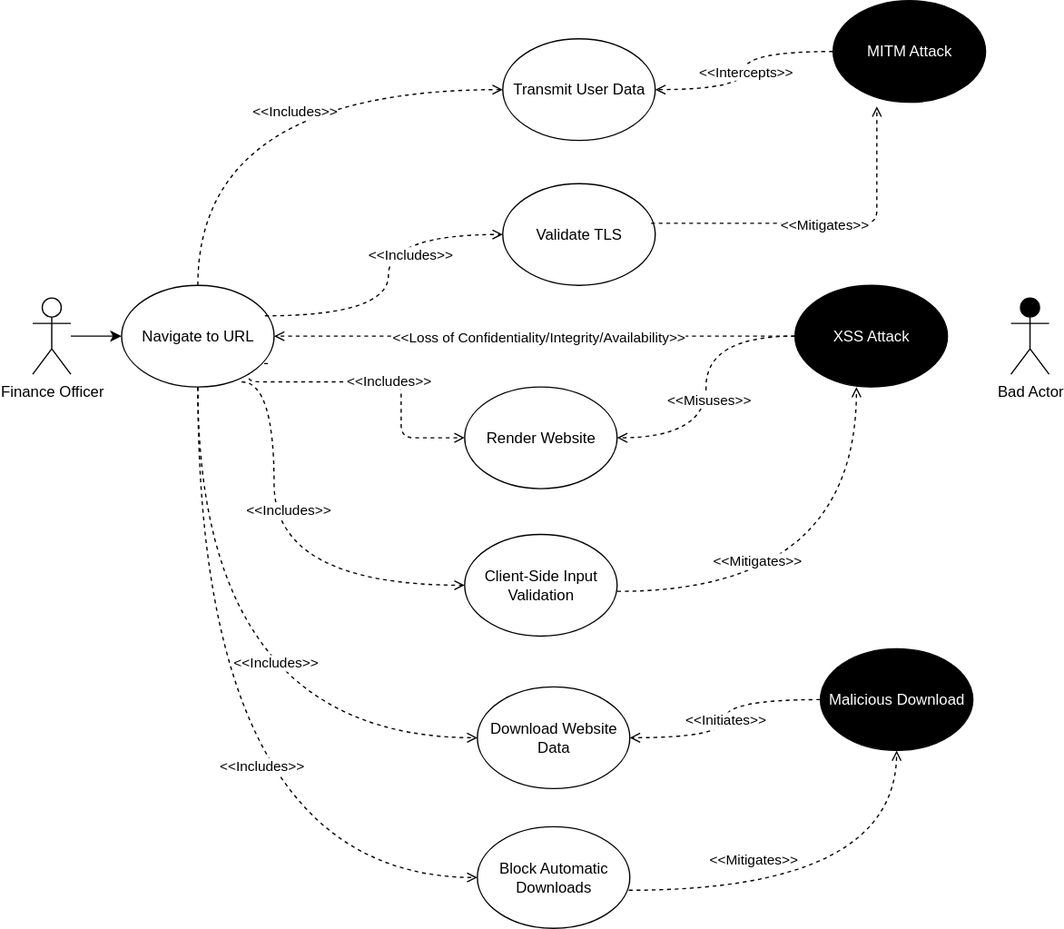
This is docs/UseCase_Navigate_to_URL.svg from chauler/CYBR8420-Team5-Project, a draw.io export, as it was before one commit. Source tidied: cells renumbered, new cells last; positions are measured from the earlier drawing's top-left corner, leaving out a move shared by most shapes.
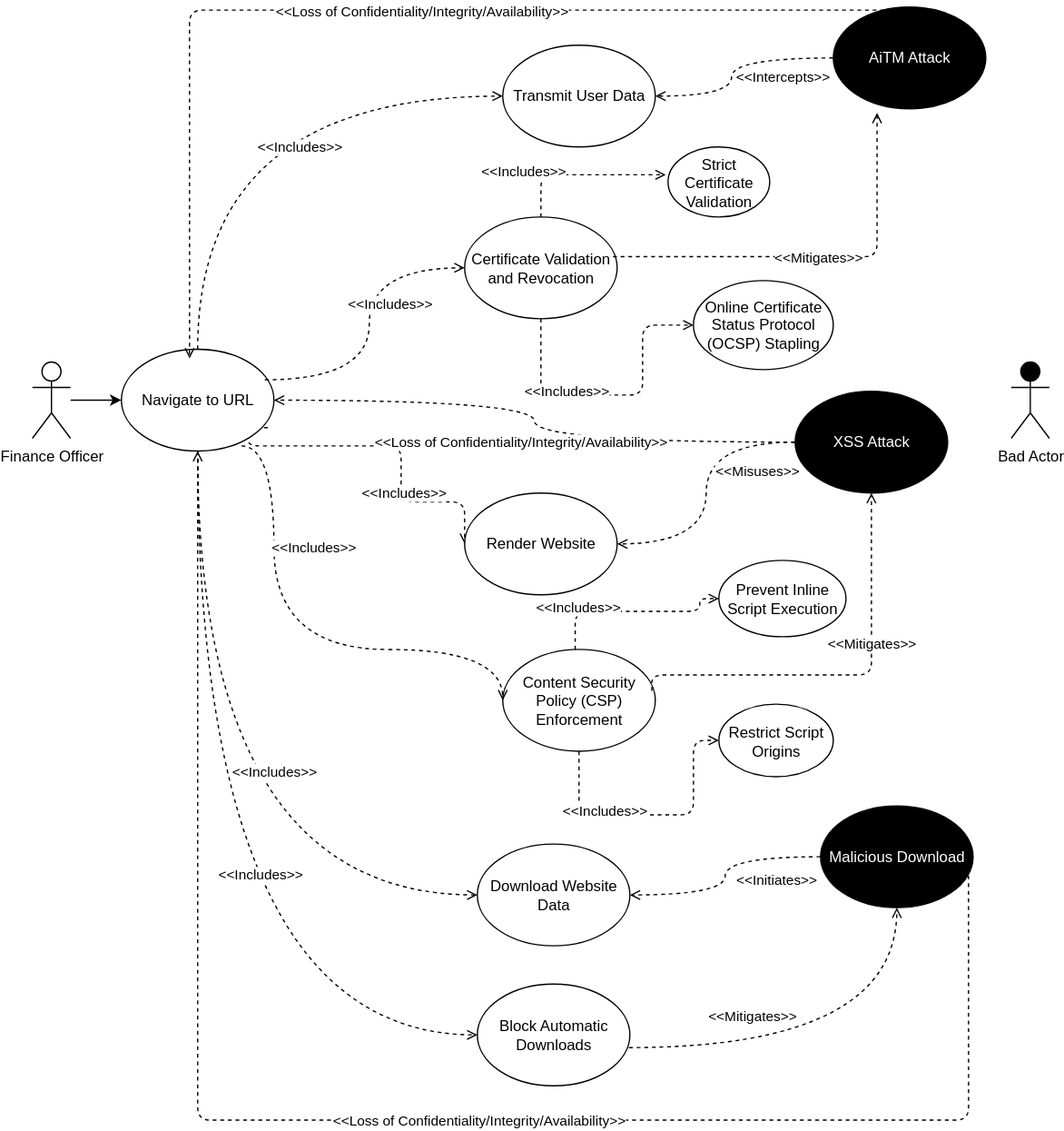
The same diagram one commit later.

Commit message:
further iterations of Navigate to URL use case

Diff of the diagram source:
```diff
@@ -24,10 +24,12 @@
       </mxGeometry>
     </mxCell>
     <mxCell id="6" value="&amp;lt;&amp;lt;Includes&amp;gt;&amp;gt;" style="edgeLabel;html=1;align=center;verticalAlign=middle;" parent="5" vertex="1">
-      <mxGeometry x="0.14" y="2" relative="1" as="geometry" />
+      <mxGeometry x="0.14" y="2" relative="1" as="geometry">
+        <mxPoint y="29" as="offset" />
+      </mxGeometry>
     </mxCell>
     <mxCell id="7" value="&lt;font style=&quot;color: rgb(0, 0, 0);&quot;&gt;Render Website&lt;/font&gt;" style="ellipse;whiteSpace=wrap;html=1;fillStyle=solid;fillColor=#FFFFFF;" parent="1" vertex="1">
-      <mxGeometry x="340" y="304" width="120" height="80" as="geometry" />
+      <mxGeometry x="340" y="337" width="120" height="80" as="geometry" />
     </mxCell>
     <mxCell id="8" value="&lt;font style=&quot;color: rgb(0, 0, 0);&quot;&gt;Navigate to URL&lt;/font&gt;" style="ellipse;whiteSpace=wrap;html=1;fillColor=#FFFFFF;fillStyle=solid;" parent="1" vertex="1">
       <mxGeometry x="70" y="224" width="120" height="80" as="geometry" />
@@ -36,25 +38,29 @@
       <mxGeometry x="770" y="234" width="30" height="60" as="geometry" />
     </mxCell>
     <mxCell id="10" value="XSS Attack" style="ellipse;whiteSpace=wrap;html=1;fillColor=#000000;fontColor=#FFFFFF;" parent="1" vertex="1">
-      <mxGeometry x="600" y="224" width="120" height="80" as="geometry" />
+      <mxGeometry x="600" y="257" width="120" height="80" as="geometry" />
     </mxCell>
     <mxCell id="11" style="edgeStyle=orthogonalEdgeStyle;rounded=1;jettySize=auto;html=1;dashed=1;strokeWidth=1;endFill=0;endArrow=open;curved=1;exitX=0;exitY=0.5;exitDx=0;exitDy=0;entryX=1;entryY=0.5;entryDx=0;entryDy=0;" parent="1" edge="1" source="10" target="7">
       <mxGeometry relative="1" as="geometry" />
     </mxCell>
     <mxCell id="12" value="&amp;lt;&amp;lt;Misuses&amp;gt;&amp;gt;" style="edgeLabel;html=1;align=center;verticalAlign=middle;" parent="11" vertex="1">
-      <mxGeometry x="0.08" y="1" relative="1" as="geometry" />
+      <mxGeometry x="0.08" y="1" relative="1" as="geometry">
+        <mxPoint x="39" y="-26" as="offset" />
+      </mxGeometry>
     </mxCell>
     <mxCell id="13" value="&lt;font style=&quot;color: rgb(0, 0, 0);&quot;&gt;Transmit User Data&lt;/font&gt;" style="ellipse;whiteSpace=wrap;html=1;fillStyle=solid;fillColor=#FFFFFF;" parent="1" vertex="1">
-      <mxGeometry x="370" y="30" width="120" height="80" as="geometry" />
+      <mxGeometry x="370" y="-15" width="120" height="80" as="geometry" />
     </mxCell>
     <mxCell id="14" style="edgeStyle=orthogonalEdgeStyle;rounded=1;jettySize=auto;html=1;entryX=0;entryY=0.5;entryDx=0;entryDy=0;dashed=1;strokeWidth=1;endFill=0;endArrow=open;curved=1;exitX=0.5;exitY=0;exitDx=0;exitDy=0;" parent="1" edge="1" source="8" target="13">
       <mxGeometry relative="1" as="geometry" />
     </mxCell>
     <mxCell id="15" value="&amp;lt;&amp;lt;Includes&amp;gt;&amp;gt;" style="edgeLabel;html=1;align=center;verticalAlign=middle;" parent="14" vertex="1">
-      <mxGeometry x="0.16" y="-16" relative="1" as="geometry" />
+      <mxGeometry x="0.16" y="-16" relative="1" as="geometry">
+        <mxPoint x="24" y="24" as="offset" />
+      </mxGeometry>
     </mxCell>
     <mxCell id="16" value="&lt;font style=&quot;color: rgb(0, 0, 0);&quot;&gt;Download Website Data&lt;/font&gt;" style="ellipse;whiteSpace=wrap;html=1;fillStyle=solid;fillColor=#FFFFFF;" parent="1" vertex="1">
-      <mxGeometry x="350" y="540" width="120" height="80" as="geometry" />
+      <mxGeometry x="350" y="613" width="120" height="80" as="geometry" />
     </mxCell>
     <mxCell id="17" style="edgeStyle=orthogonalEdgeStyle;curved=1;rounded=0;jettySize=auto;html=1;dashed=1;endArrow=open;endFill=0;strokeWidth=1;exitX=0;exitY=0.5;exitDx=0;exitDy=0;" parent="1" edge="1" source="10" target="8">
       <mxGeometry relative="1" as="geometry" />
@@ -73,38 +79,46 @@
       </mxGeometry>
     </mxCell>
     <mxCell id="21" value="Malicious Download" style="ellipse;whiteSpace=wrap;html=1;fillColor=#000000;fontColor=#FFFFFF;" parent="1" vertex="1">
-      <mxGeometry x="620" y="510" width="120" height="80" as="geometry" />
+      <mxGeometry x="620" y="583" width="120" height="80" as="geometry" />
     </mxCell>
     <mxCell id="22" style="edgeStyle=orthogonalEdgeStyle;rounded=1;jettySize=auto;html=1;dashed=1;strokeWidth=1;endFill=0;endArrow=open;curved=1;exitX=0;exitY=0.5;exitDx=0;exitDy=0;entryX=1;entryY=0.5;entryDx=0;entryDy=0;" parent="1" edge="1" source="21" target="16">
       <mxGeometry relative="1" as="geometry" />
     </mxCell>
-    <mxCell id="23" value="Text" style="edgeLabel;html=1;align=center;verticalAlign=middle;" parent="22" vertex="1">
-      <mxGeometry x="0.02" relative="1" as="geometry" />
-    </mxCell>
     <mxCell id="24" value="&amp;lt;&amp;lt;Initiates&amp;gt;&amp;gt;" style="edgeLabel;html=1;align=center;verticalAlign=middle;" parent="22" vertex="1">
-      <mxGeometry y="-1" relative="1" as="geometry" />
+      <mxGeometry y="-1" relative="1" as="geometry">
+        <mxPoint x="41" y="2" as="offset" />
+      </mxGeometry>
     </mxCell>
-    <mxCell id="25" value="MITM Attack" style="ellipse;whiteSpace=wrap;html=1;fillColor=#000000;fontColor=#FFFFFF;" parent="1" vertex="1">
-      <mxGeometry x="630" width="120" height="80" as="geometry" />
+    <mxCell id="25" value="AiTM Attack" style="ellipse;whiteSpace=wrap;html=1;fillColor=#000000;fontColor=#FFFFFF;" parent="1" vertex="1">
+      <mxGeometry x="630" y="-45" width="120" height="80" as="geometry" />
     </mxCell>
     <mxCell id="26" style="edgeStyle=orthogonalEdgeStyle;rounded=1;jettySize=auto;html=1;dashed=1;strokeWidth=1;endFill=0;endArrow=open;curved=1;exitX=0;exitY=0.5;exitDx=0;exitDy=0;entryX=1;entryY=0.5;entryDx=0;entryDy=0;" parent="1" edge="1" source="25" target="13">
-      <mxGeometry relative="1" as="geometry" />
+      <mxGeometry relative="1" as="geometry">
+        <Array as="points">
+          <mxPoint x="550" y="-5" />
+          <mxPoint x="550" y="25" />
+        </Array>
+      </mxGeometry>
     </mxCell>
     <mxCell id="27" value="&amp;lt;&amp;lt;Intercepts&amp;gt;&amp;gt;" style="edgeLabel;html=1;align=center;verticalAlign=middle;" parent="26" vertex="1">
-      <mxGeometry x="0.01" relative="1" as="geometry" />
+      <mxGeometry x="0.01" relative="1" as="geometry">
+        <mxPoint x="40" y="9" as="offset" />
+      </mxGeometry>
     </mxCell>
-    <mxCell id="28" value="&lt;font style=&quot;color: rgb(0, 0, 0);&quot;&gt;Client-Side Input Validation&lt;/font&gt;" style="ellipse;whiteSpace=wrap;html=1;fillStyle=solid;fillColor=#FFFFFF;" parent="1" vertex="1">
-      <mxGeometry x="340" y="420" width="120" height="80" as="geometry" />
+    <mxCell id="28" value="&lt;font style=&quot;color: rgb(0, 0, 0);&quot;&gt;Content Security Policy (CSP) Enforcement&lt;/font&gt;" style="ellipse;whiteSpace=wrap;html=1;fillStyle=solid;fillColor=#FFFFFF;" parent="1" vertex="1">
+      <mxGeometry x="370" y="460" width="120" height="80" as="geometry" />
     </mxCell>
-    <mxCell id="29" style="edgeStyle=orthogonalEdgeStyle;rounded=1;orthogonalLoop=1;jettySize=auto;html=1;dashed=1;strokeWidth=1;endFill=0;endArrow=open;curved=1;entryX=0.403;entryY=0.94;entryDx=0;entryDy=0;entryPerimeter=0;" parent="1" edge="1">
+    <mxCell id="29" style="edgeStyle=orthogonalEdgeStyle;rounded=1;jettySize=auto;html=1;dashed=1;strokeWidth=1;endFill=0;endArrow=open;curved=0;entryX=0.5;entryY=1;entryDx=0;entryDy=0;exitX=0.977;exitY=0.407;exitDx=0;exitDy=0;exitPerimeter=0;" parent="1" edge="1" source="28" target="10">
       <mxGeometry relative="1" as="geometry">
-        <mxPoint x="460" y="464.8" as="sourcePoint" />
-        <mxPoint x="648.4" y="304" as="targetPoint" />
+        <Array as="points">
+          <mxPoint x="487" y="480" />
+          <mxPoint x="660" y="480" />
+        </Array>
       </mxGeometry>
     </mxCell>
     <mxCell id="30" value="&amp;lt;&amp;lt;Mitigates&amp;gt;&amp;gt;" style="edgeLabel;html=1;align=center;verticalAlign=middle;" parent="29" vertex="1">
       <mxGeometry x="-0.06" relative="1" as="geometry">
-        <mxPoint x="-54" y="-25" as="offset" />
+        <mxPoint x="31" y="-25" as="offset" />
       </mxGeometry>
     </mxCell>
     <mxCell id="31" style="edgeStyle=orthogonalEdgeStyle;rounded=1;jettySize=auto;html=1;entryX=0;entryY=0.5;entryDx=0;entryDy=0;dashed=1;strokeWidth=1;endFill=0;endArrow=open;curved=1;exitX=0.787;exitY=0.95;exitDx=0;exitDy=0;exitPerimeter=0;" parent="1" edge="1" source="8" target="28">
@@ -117,11 +131,11 @@
     </mxCell>
     <mxCell id="32" value="&amp;lt;&amp;lt;Includes&amp;gt;&amp;gt;" style="edgeLabel;html=1;align=center;verticalAlign=middle;" parent="31" vertex="1">
       <mxGeometry x="0.14" y="2" relative="1" as="geometry">
-        <mxPoint x="4" y="-58" as="offset" />
+        <mxPoint x="-15" y="-78" as="offset" />
       </mxGeometry>
     </mxCell>
-    <mxCell id="33" value="&lt;font style=&quot;color: rgb(0, 0, 0);&quot;&gt;Validate TLS&lt;/font&gt;" style="ellipse;whiteSpace=wrap;html=1;fillStyle=solid;fillColor=#FFFFFF;" parent="1" vertex="1">
-      <mxGeometry x="370" y="144" width="120" height="80" as="geometry" />
+    <mxCell id="33" value="&lt;font style=&quot;color: rgb(0, 0, 0);&quot;&gt;Certificate Validation and Revocation&lt;/font&gt;" style="ellipse;whiteSpace=wrap;html=1;fillStyle=solid;fillColor=#FFFFFF;" parent="1" vertex="1">
+      <mxGeometry x="340" y="120" width="120" height="80" as="geometry" />
     </mxCell>
     <mxCell id="34" style="edgeStyle=orthogonalEdgeStyle;rounded=1;jettySize=auto;html=1;dashed=1;strokeWidth=1;endFill=0;endArrow=open;curved=0;exitX=0.973;exitY=0.39;exitDx=0;exitDy=0;entryX=0.287;entryY=1.04;entryDx=0;entryDy=0;entryPerimeter=0;exitPerimeter=0;" parent="1" edge="1" source="33" target="25">
       <mxGeometry relative="1" as="geometry" />
@@ -136,7 +150,7 @@
       <mxGeometry x="0.16" y="-16" relative="1" as="geometry" />
     </mxCell>
     <mxCell id="38" value="&lt;font style=&quot;color: rgb(0, 0, 0);&quot;&gt;Block Automatic Downloads&lt;/font&gt;" style="ellipse;whiteSpace=wrap;html=1;fillStyle=solid;fillColor=#FFFFFF;" parent="1" vertex="1">
-      <mxGeometry x="350" y="650" width="120" height="80" as="geometry" />
+      <mxGeometry x="350" y="723" width="120" height="80" as="geometry" />
     </mxCell>
     <mxCell id="39" style="edgeStyle=orthogonalEdgeStyle;rounded=1;jettySize=auto;html=1;dashed=1;strokeWidth=1;endFill=0;endArrow=open;curved=1;entryX=0.5;entryY=1;entryDx=0;entryDy=0;exitX=0.993;exitY=0.625;exitDx=0;exitDy=0;exitPerimeter=0;" parent="1" edge="1" source="38" target="21">
       <mxGeometry relative="1" as="geometry" />
@@ -152,5 +166,91 @@
     <mxCell id="42" value="&amp;lt;&amp;lt;Includes&amp;gt;&amp;gt;" style="edgeLabel;html=1;align=center;verticalAlign=middle;" parent="41" vertex="1">
       <mxGeometry x="-0.02" y="49" relative="1" as="geometry" />
     </mxCell>
+    <mxCell id="43" style="edgeStyle=orthogonalEdgeStyle;curved=0;rounded=1;jettySize=auto;html=1;dashed=1;endArrow=open;endFill=0;strokeWidth=1;exitX=0.433;exitY=0.03;exitDx=0;exitDy=0;exitPerimeter=0;entryX=0.447;entryY=0.09;entryDx=0;entryDy=0;entryPerimeter=0;" parent="1" edge="1" source="25" target="8">
+      <mxGeometry relative="1" as="geometry" />
+    </mxCell>
+    <mxCell id="44" value="&amp;lt;&amp;lt;Loss of Confidentiality/Integrity/Availability&amp;gt;&amp;gt;" style="edgeLabel;html=1;align=center;verticalAlign=middle;" parent="43" vertex="1">
+      <mxGeometry x="-0.18" y="1" relative="1" as="geometry">
+        <mxPoint x="-35" y="-1" as="offset" />
+      </mxGeometry>
+    </mxCell>
+    <mxCell id="45" style="edgeStyle=orthogonalEdgeStyle;curved=0;rounded=1;jettySize=auto;html=1;dashed=1;endArrow=open;endFill=0;strokeWidth=1;exitX=0.97;exitY=0.685;exitDx=0;exitDy=0;exitPerimeter=0;" parent="1" edge="1" source="21" target="8">
+      <mxGeometry relative="1" as="geometry">
+        <Array as="points">
+          <mxPoint x="736" y="830" />
+          <mxPoint x="130" y="830" />
+        </Array>
+      </mxGeometry>
+    </mxCell>
+    <mxCell id="46" value="&amp;lt;&amp;lt;Loss of Confidentiality/Integrity/Availability&amp;gt;&amp;gt;" style="edgeLabel;html=1;align=center;verticalAlign=middle;" parent="45" vertex="1">
+      <mxGeometry x="-0.18" y="1" relative="1" as="geometry">
+        <mxPoint x="-35" y="-1" as="offset" />
+      </mxGeometry>
+    </mxCell>
+    <mxCell id="47" value="&lt;font style=&quot;color: rgb(0, 0, 0);&quot;&gt;Strict Certificate Validation&lt;/font&gt;" style="ellipse;whiteSpace=wrap;html=1;fillStyle=solid;fillColor=#FFFFFF;" parent="1" vertex="1">
+      <mxGeometry x="500" y="65" width="80" height="55" as="geometry" />
+    </mxCell>
+    <mxCell id="48" value="&lt;font style=&quot;color: rgb(0, 0, 0);&quot;&gt;Online Certificate Status Protocol (OCSP) Stapling&lt;/font&gt;" style="ellipse;whiteSpace=wrap;html=1;fillStyle=solid;fillColor=#FFFFFF;" parent="1" vertex="1">
+      <mxGeometry x="520" y="170" width="110" height="70" as="geometry" />
+    </mxCell>
+    <mxCell id="49" style="edgeStyle=orthogonalEdgeStyle;rounded=1;jettySize=auto;html=1;dashed=1;strokeWidth=1;endFill=0;endArrow=open;curved=0;exitX=0.5;exitY=1;exitDx=0;exitDy=0;" parent="1" edge="1" source="33" target="48">
+      <mxGeometry relative="1" as="geometry">
+        <Array as="points">
+          <mxPoint x="400" y="260" />
+          <mxPoint x="480" y="260" />
+          <mxPoint x="480" y="205" />
+        </Array>
+      </mxGeometry>
+    </mxCell>
+    <mxCell id="50" value="&amp;lt;&amp;lt;Includes&amp;gt;&amp;gt;" style="edgeLabel;html=1;align=center;verticalAlign=middle;" parent="49" vertex="1">
+      <mxGeometry x="0.16" y="-16" relative="1" as="geometry">
+        <mxPoint x="-57" y="-19" as="offset" />
+      </mxGeometry>
+    </mxCell>
+    <mxCell id="51" style="edgeStyle=orthogonalEdgeStyle;rounded=1;jettySize=auto;html=1;entryX=-0.023;entryY=0.397;entryDx=0;entryDy=0;dashed=1;strokeWidth=1;endFill=0;endArrow=open;curved=0;entryPerimeter=0;" parent="1" edge="1" source="33" target="47">
+      <mxGeometry relative="1" as="geometry">
+        <Array as="points">
+          <mxPoint x="400" y="87" />
+        </Array>
+      </mxGeometry>
+    </mxCell>
+    <mxCell id="52" value="&amp;lt;&amp;lt;Includes&amp;gt;&amp;gt;" style="edgeLabel;html=1;align=center;verticalAlign=middle;" parent="51" vertex="1">
+      <mxGeometry x="0.16" y="-16" relative="1" as="geometry">
+        <mxPoint x="-57" y="-19" as="offset" />
+      </mxGeometry>
+    </mxCell>
+    <mxCell id="53" value="&lt;font style=&quot;color: rgb(0, 0, 0);&quot;&gt;Prevent Inline Script Execution&lt;/font&gt;" style="ellipse;whiteSpace=wrap;html=1;fillStyle=solid;fillColor=#FFFFFF;" parent="1" vertex="1">
+      <mxGeometry x="540" y="390" width="100" height="60" as="geometry" />
+    </mxCell>
+    <mxCell id="54" value="&lt;font style=&quot;color: rgb(0, 0, 0);&quot;&gt;Restrict Script Origins&lt;/font&gt;" style="ellipse;whiteSpace=wrap;html=1;fillStyle=solid;fillColor=#FFFFFF;" parent="1" vertex="1">
+      <mxGeometry x="540" y="503" width="90" height="57" as="geometry" />
+    </mxCell>
+    <mxCell id="55" style="edgeStyle=orthogonalEdgeStyle;rounded=1;jettySize=auto;html=1;dashed=1;strokeWidth=1;endFill=0;endArrow=open;curved=0;entryX=0;entryY=0.5;entryDx=0;entryDy=0;" parent="1" edge="1" source="28" target="53">
+      <mxGeometry relative="1" as="geometry">
+        <Array as="points">
+          <mxPoint x="427" y="430" />
+          <mxPoint x="525" y="430" />
+        </Array>
+      </mxGeometry>
+    </mxCell>
+    <mxCell id="56" value="&amp;lt;&amp;lt;Includes&amp;gt;&amp;gt;" style="edgeLabel;html=1;align=center;verticalAlign=middle;" parent="55" vertex="1">
+      <mxGeometry x="0.16" y="-16" relative="1" as="geometry">
+        <mxPoint x="-57" y="-19" as="offset" />
+      </mxGeometry>
+    </mxCell>
+    <mxCell id="57" style="edgeStyle=orthogonalEdgeStyle;rounded=1;jettySize=auto;html=1;dashed=1;strokeWidth=1;endFill=0;endArrow=open;curved=0;exitX=0.5;exitY=1;exitDx=0;exitDy=0;entryX=0;entryY=0.5;entryDx=0;entryDy=0;" parent="1" edge="1" source="28" target="54">
+      <mxGeometry relative="1" as="geometry">
+        <Array as="points">
+          <mxPoint x="430" y="590" />
+          <mxPoint x="520" y="590" />
+          <mxPoint x="520" y="532" />
+        </Array>
+      </mxGeometry>
+    </mxCell>
+    <mxCell id="58" value="&amp;lt;&amp;lt;Includes&amp;gt;&amp;gt;" style="edgeLabel;html=1;align=center;verticalAlign=middle;" parent="57" vertex="1">
+      <mxGeometry x="0.16" y="-16" relative="1" as="geometry">
+        <mxPoint x="-57" y="-19" as="offset" />
+      </mxGeometry>
+    </mxCell>
   </root>
 </mxGraphModel>
```
